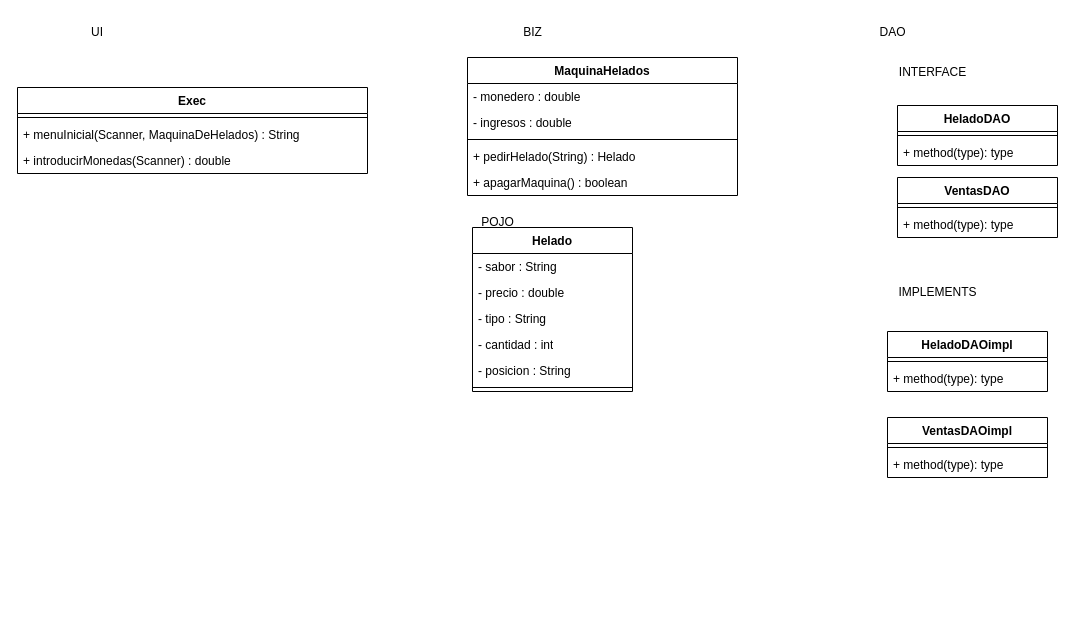
Before: MaquinaDeHeladoV6.drawio in gonzaga24/MaquinaHelados, a draw.io diagram. Source tidied: cells renumbered, new cells numbered last; positions are measured from the earlier drawing's top-left corner, leaving out a move shared by most shapes. Both pictures are drawn from the tidied source at 100%, with x=0, y=0 at pixel (17, 17).
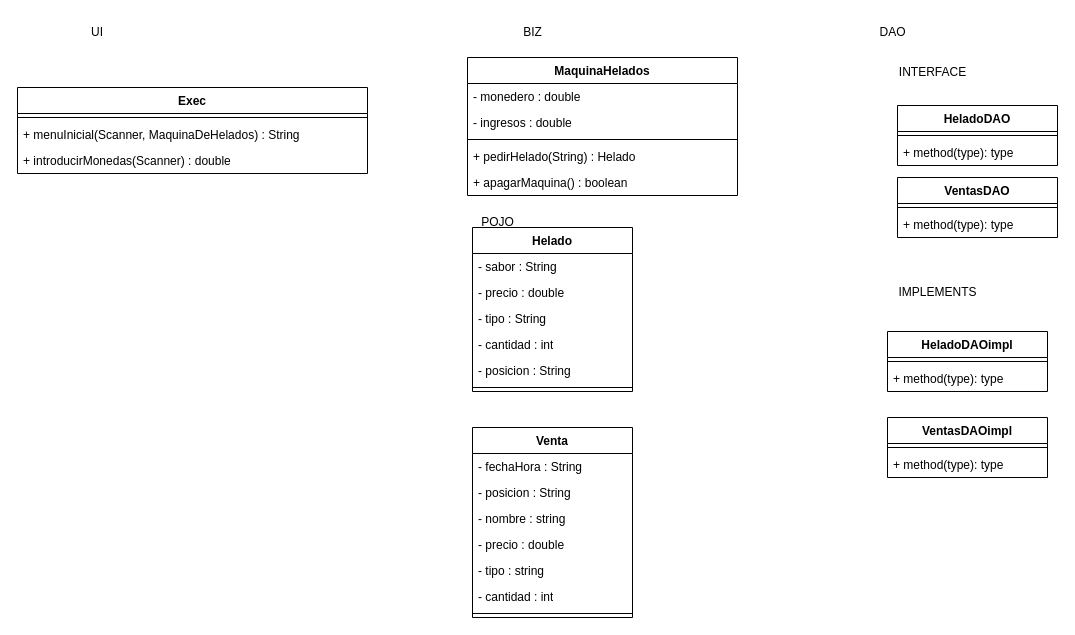
Above is the later version.

Diff of the diagram source:
```diff
@@
+    <mxCell id="37" value="Venta" style="swimlane;fontStyle=1;align=center;verticalAlign=top;horizontal=1;startSize=26;whiteSpace=wrap;html=1;" parent="1" vertex="1">
+      <mxGeometry x="455" y="410" width="160" height="190" as="geometry" />
+    </mxCell>
+    <mxCell id="38" value="- fechaHora : String" style="text;strokeColor=none;fillColor=none;align=left;verticalAlign=top;spacingLeft=4;spacingRight=4;overflow=hidden;whiteSpace=wrap;html=1;" parent="37" vertex="1">
+      <mxGeometry y="26" width="160" height="26" as="geometry" />
+    </mxCell>
+    <mxCell id="39" value="- posicion : String" style="text;strokeColor=none;fillColor=none;align=left;verticalAlign=top;spacingLeft=4;spacingRight=4;overflow=hidden;whiteSpace=wrap;html=1;" parent="37" vertex="1">
+      <mxGeometry y="52" width="160" height="26" as="geometry" />
+    </mxCell>
+    <mxCell id="40" value="- nombre : string" style="text;strokeColor=none;fillColor=none;align=left;verticalAlign=top;spacingLeft=4;spacingRight=4;overflow=hidden;whiteSpace=wrap;html=1;" parent="37" vertex="1">
+      <mxGeometry y="78" width="160" height="26" as="geometry" />
+    </mxCell>
+    <mxCell id="41" value="- precio : double" style="text;strokeColor=none;fillColor=none;align=left;verticalAlign=top;spacingLeft=4;spacingRight=4;overflow=hidden;whiteSpace=wrap;html=1;" parent="37" vertex="1">
+      <mxGeometry y="104" width="160" height="26" as="geometry" />
+    </mxCell>
+    <mxCell id="42" value="- tipo : string" style="text;strokeColor=none;fillColor=none;align=left;verticalAlign=top;spacingLeft=4;spacingRight=4;overflow=hidden;whiteSpace=wrap;html=1;" parent="37" vertex="1">
+      <mxGeometry y="130" width="160" height="26" as="geometry" />
+    </mxCell>
+    <mxCell id="43" value="- cantidad : int" style="text;strokeColor=none;fillColor=none;align=left;verticalAlign=top;spacingLeft=4;spacingRight=4;overflow=hidden;whiteSpace=wrap;html=1;" parent="37" vertex="1">
+      <mxGeometry y="156" width="160" height="26" as="geometry" />
+    </mxCell>
+    <mxCell id="44" style="line;strokeWidth=1;fillColor=none;align=left;verticalAlign=middle;spacingTop=-1;spacingLeft=3;spacingRight=3;labelPosition=right;strokeColor=inherit;" parent="37" vertex="1">
+      <mxGeometry y="182" width="160" height="8" as="geometry" />
+    </mxCell>
```
